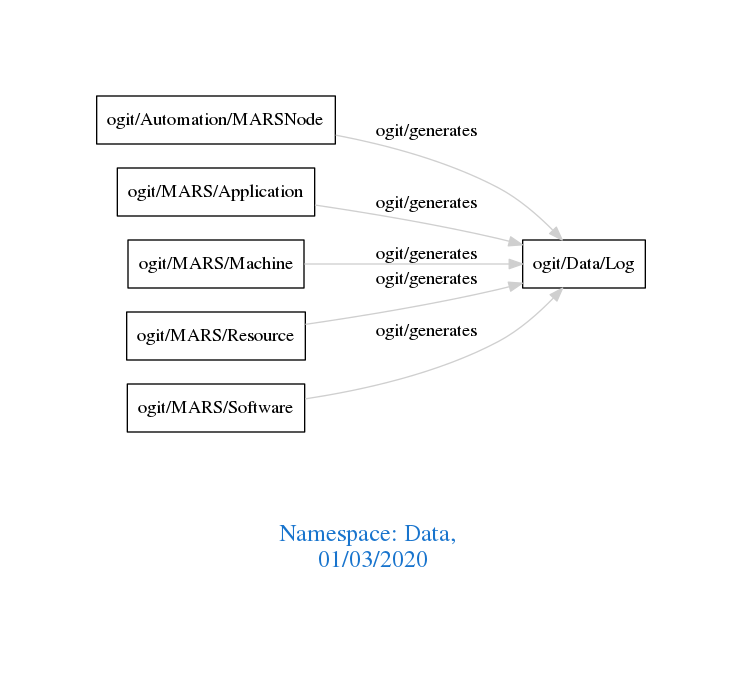
arago/OGIT keeps this Graphviz diagram as downloads/Data.png. Above is the earlier version. Its source is kept beside it as downloads/Data.dot.
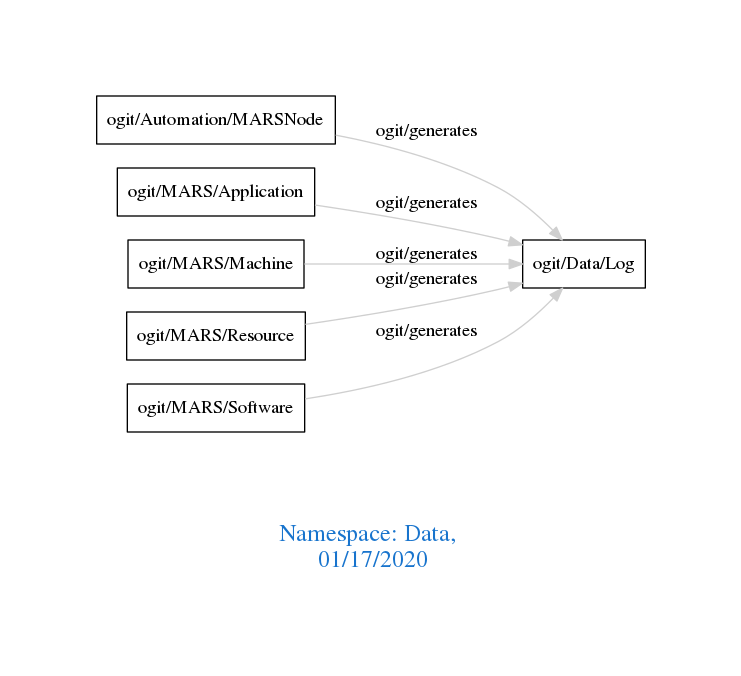
Later version of the same file.

The edit, as a diff of the source:
```diff
@@ -1,7 +1,7 @@
 digraph OGIT_ontology {
  graph [ rankdir= LR,pad=1
 fontsize = 18,
-fontcolor= dodgerblue3,label = "\n\n\nNamespace: Data, \n 01/03/2020"];
+fontcolor= dodgerblue3,label = "\n\n\nNamespace: Data, \n 01/17/2020"];
 node[shape=polygon];
 edge [  color="gray81"];
 
```
